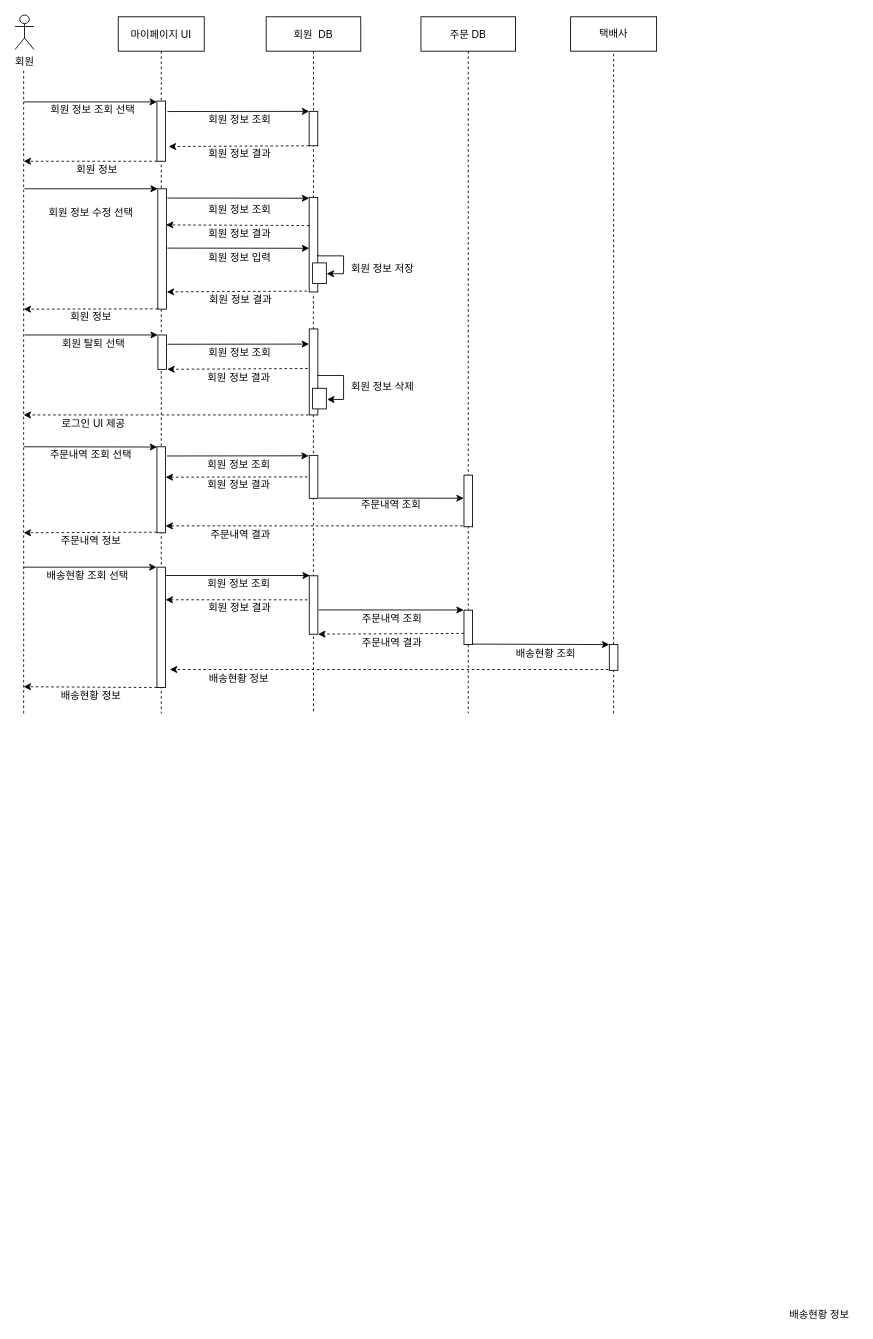
itsdam/JAVA keeps this draw.io diagram as Untitled Diagram.drawio. Above is the earlier version. Source tidied: cells renumbered, new cells numbered last; positions are measured from the earlier drawing's top-left corner, leaving out a move shared by most shapes. Both pictures are drawn from the tidied source at 86%, with x=0, y=0 at pixel (15, 15).
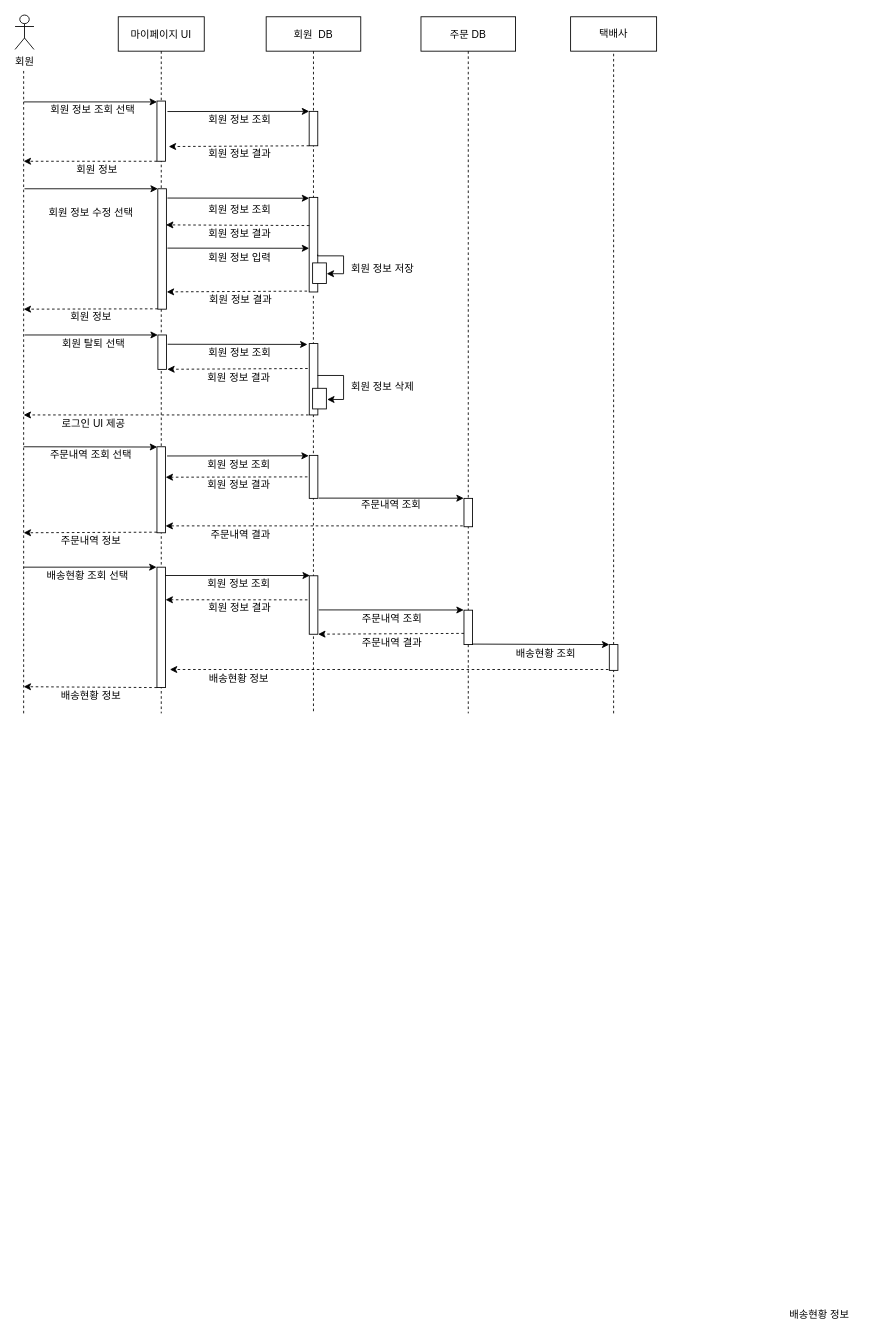
The same page after the edit.

The change refers to these unchanged cells:
```xml
<mxCell id="19" value="주문 DB" style="shape=umlLifeline;perimeter=lifelinePerimeter;rounded=0;shadow=0;strokeWidth=1;" parent="1" vertex="1">
  <mxGeometry x="472" y="2" width="110" height="810" as="geometry" />
</mxCell>
```

What changed in the source:
```diff
@@
     <mxCell id="20" style="perimeter=orthogonalPerimeter;rounded=0;shadow=0;strokeWidth=1;" parent="19" vertex="1">
-      <mxGeometry x="50" y="533" width="10" height="60" as="geometry" />
+      <mxGeometry x="50" y="560" width="10" height="33" as="geometry" />
     </mxCell>
@@
     <mxCell id="43" style="points=[];perimeter=orthogonalPerimeter;rounded=0;shadow=0;strokeWidth=1;" parent="1" vertex="1">
-      <mxGeometry x="342.1" y="365" width="10" height="100" as="geometry" />
+      <mxGeometry x="342.1" y="382" width="10" height="83" as="geometry" />
     </mxCell>
@@
-    <mxCell id="46" style="endArrow=classic;html=1;rounded=0;exitX=1.022;exitY=0.189;exitDx=0;exitDy=0;exitPerimeter=0;entryX=-0.02;entryY=0.176;entryDx=0;entryDy=0;entryPerimeter=0;" parent="1" edge="1" target="43">
+    <mxCell id="46" style="endArrow=classic;html=1;rounded=0;exitX=1.022;exitY=0.189;exitDx=0;exitDy=0;exitPerimeter=0;" parent="1" edge="1">
       <mxGeometry relative="1" as="geometry">
         <mxPoint x="177.4" y="382.8" as="sourcePoint" />
+        <mxPoint x="340" y="383" as="targetPoint" />
       </mxGeometry>
     </mxCell>
```
